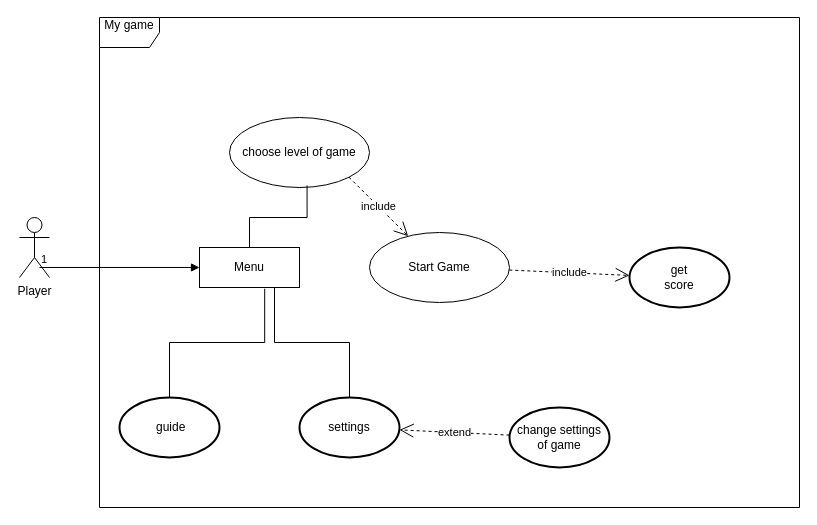
This is Діаграма без назви.drawio from ArturGoz/doodle-project-laboratory-work-oop-patterns-uml-diagrams-refactoring, a draw.io file, before an edit. Source tidied: cells renumbered, new cells numbered last; positions are measured from the earlier drawing's top-left corner, leaving out a move shared by most shapes. Both pictures are drawn from the tidied source at 100%, with x=0, y=0 at pixel (19, 17).
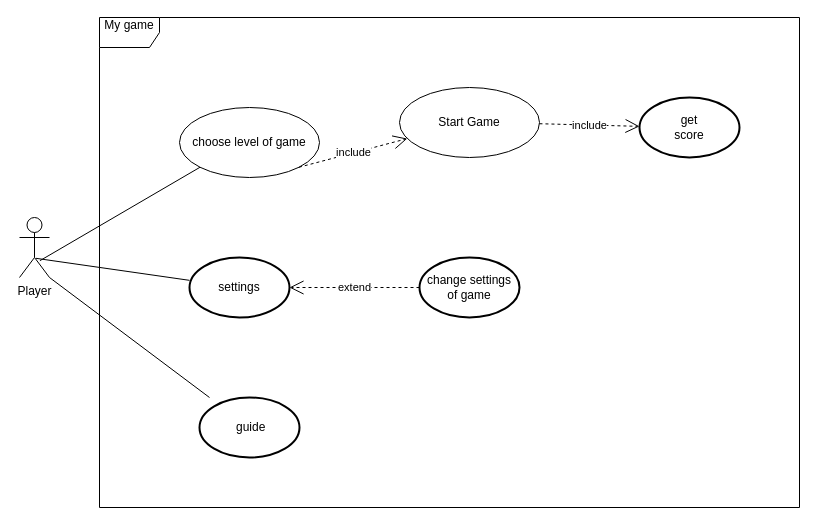
Above is the later version.

Change to the diagram source:
```diff
@@
 <mxGraphModel>
   <root>
     <mxCell id="0" />
     <mxCell id="1" parent="0" />
     <mxCell id="2" value="My game&lt;div&gt;&lt;br/&gt;&lt;/div&gt;" style="shape=umlFrame;whiteSpace=wrap;html=1;" parent="1" vertex="1">
       <mxGeometry x="80" width="700" height="490" as="geometry" />
     </mxCell>
     <mxCell id="3" value="Player&lt;div&gt;&lt;br/&gt;&lt;/div&gt;" style="shape=umlActor;verticalLabelPosition=bottom;verticalAlign=top;html=1;" parent="1" vertex="1">
       <mxGeometry y="200" width="30" height="60" as="geometry" />
     </mxCell>
-    <mxCell id="4" value="Menu" style="html=1;whiteSpace=wrap;" parent="1" vertex="1">
-      <mxGeometry x="180" y="230" width="100" height="40" as="geometry" />
-    </mxCell>
-    <mxCell id="5" style="endArrow=block;endFill=1;html=1;edgeStyle=orthogonalEdgeStyle;align=left;verticalAlign=top;rounded=0;exitX=0.667;exitY=0.833;exitDx=0;exitDy=0;exitPerimeter=0;" parent="1" edge="1" source="3" target="4">
-      <mxGeometry x="-1" relative="1" as="geometry" />
-    </mxCell>
-    <mxCell id="6" value="1" style="edgeLabel;html=1;align=left;verticalAlign=bottom;" parent="5" vertex="1">
-      <mxGeometry x="-1" relative="1" as="geometry" />
-    </mxCell>
     <mxCell id="7" value="get &lt;br&gt;score" style="strokeWidth=2;html=1;shape=mxgraph.flowchart.start_1;whiteSpace=wrap;" parent="1" vertex="1">
-      <mxGeometry x="610" y="230" width="100" height="60" as="geometry" />
+      <mxGeometry x="620" y="80" width="100" height="60" as="geometry" />
     </mxCell>
     <mxCell id="8" value="Start Game" style="ellipse;whiteSpace=wrap;html=1;" parent="1" vertex="1">
-      <mxGeometry x="350" y="215" width="140" height="70" as="geometry" />
+      <mxGeometry x="380" y="70" width="140" height="70" as="geometry" />
     </mxCell>
     <mxCell id="9" value="change settings&lt;br&gt;of game" style="strokeWidth=2;html=1;shape=mxgraph.flowchart.start_1;whiteSpace=wrap;" parent="1" vertex="1">
-      <mxGeometry x="490" y="390" width="100" height="60" as="geometry" />
+      <mxGeometry x="400" y="240" width="100" height="60" as="geometry" />
     </mxCell>
     <mxCell id="10" value="&amp;nbsp;guide" style="strokeWidth=2;html=1;shape=mxgraph.flowchart.start_1;whiteSpace=wrap;" parent="1" vertex="1">
-      <mxGeometry x="100" y="380" width="100" height="60" as="geometry" />
+      <mxGeometry x="180" y="380" width="100" height="60" as="geometry" />
     </mxCell>
     <mxCell id="11" value="choose level of game" style="ellipse;whiteSpace=wrap;html=1;" parent="1" vertex="1">
-      <mxGeometry x="210" y="100" width="140" height="70" as="geometry" />
+      <mxGeometry x="160" y="90" width="140" height="70" as="geometry" />
     </mxCell>
     <mxCell id="12" value="include" style="endArrow=open;endSize=12;dashed=1;html=1;rounded=0;exitX=1;exitY=1;exitDx=0;exitDy=0;" parent="1" edge="1" source="11" target="8">
       <mxGeometry relative="1" as="geometry" />
     </mxCell>
-    <mxCell id="13" style="endArrow=none;html=1;edgeStyle=orthogonalEdgeStyle;rounded=0;entryX=0.554;entryY=0.971;entryDx=0;entryDy=0;entryPerimeter=0;" parent="1" edge="1" source="4" target="11">
-      <mxGeometry relative="1" as="geometry" />
-    </mxCell>
-    <mxCell id="14" style="endArrow=none;html=1;edgeStyle=orthogonalEdgeStyle;rounded=0;exitX=0.5;exitY=0;exitDx=0;exitDy=0;exitPerimeter=0;entryX=0.652;entryY=1.03;entryDx=0;entryDy=0;entryPerimeter=0;" parent="1" edge="1" source="10" target="4">
-      <mxGeometry relative="1" as="geometry" />
-    </mxCell>
     <mxCell id="15" value="extend" style="endArrow=open;endSize=12;dashed=1;html=1;rounded=0;" parent="1" edge="1" source="9" target="16">
       <mxGeometry relative="1" as="geometry" />
     </mxCell>
     <mxCell id="16" value="settings" style="strokeWidth=2;html=1;shape=mxgraph.flowchart.start_1;whiteSpace=wrap;" parent="1" vertex="1">
-      <mxGeometry x="280" y="380" width="100" height="60" as="geometry" />
+      <mxGeometry x="170" y="240" width="100" height="60" as="geometry" />
     </mxCell>
-    <mxCell id="17" style="endArrow=none;html=1;edgeStyle=orthogonalEdgeStyle;rounded=0;exitX=0.75;exitY=1;exitDx=0;exitDy=0;" parent="1" edge="1" source="4" target="16">
-      <mxGeometry relative="1" as="geometry" />
-    </mxCell>
     <mxCell id="18" value="include" style="endArrow=open;endSize=12;dashed=1;html=1;rounded=0;" parent="1" edge="1" source="8" target="7">
       <mxGeometry relative="1" as="geometry" />
     </mxCell>
+    <mxCell id="19" style="endArrow=none;html=1;rounded=0;exitX=0.68;exitY=0.72;exitDx=0;exitDy=0;exitPerimeter=0;entryX=0;entryY=1;entryDx=0;entryDy=0;" parent="1" edge="1" source="3" target="11">
+      <mxGeometry relative="1" as="geometry" />
+    </mxCell>
+    <mxCell id="20" style="endArrow=none;html=1;rounded=0;exitX=1;exitY=1;exitDx=0;exitDy=0;exitPerimeter=0;" parent="1" edge="1" source="3" target="10">
+      <mxGeometry relative="1" as="geometry" />
+    </mxCell>
+    <mxCell id="21" style="endArrow=none;html=1;rounded=0;exitX=0.547;exitY=0.68;exitDx=0;exitDy=0;exitPerimeter=0;" parent="1" edge="1" source="3" target="16">
+      <mxGeometry relative="1" as="geometry" />
+    </mxCell>
   </root>
 </mxGraphModel>
```
